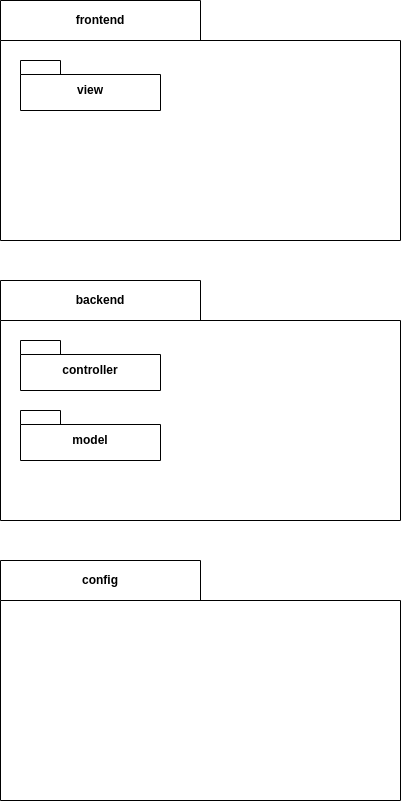
eduardosmoralesglez/diario-del-cazador-mhw keeps this draw.io diagram as images/diagrama-de-paquetes.drawio.png. Above is the earlier version. Source tidied: cells renumbered, new cells last; positions are measured from the earlier drawing's top-left corner, leaving out a move shared by most shapes. Source of this version:
```xml
<mxGraphModel>
  <root>
    <mxCell id="0" />
    <mxCell id="1" parent="0" />
    <mxCell id="2" value="frontend" style="shape=folder;fontStyle=1;tabWidth=200;tabHeight=40;tabPosition=left;html=1;boundedLbl=1;labelInHeader=1;whiteSpace=wrap;" parent="1" vertex="1">
      <mxGeometry width="400" height="240" as="geometry" />
    </mxCell>
    <mxCell id="3" value="view" style="shape=folder;fontStyle=1;spacingTop=10;tabWidth=40;tabHeight=14;tabPosition=left;html=1;whiteSpace=wrap;" parent="2" vertex="1">
      <mxGeometry x="20" y="60" width="140" height="50" as="geometry" />
    </mxCell>
    <mxCell id="4" value="backend" style="shape=folder;fontStyle=1;tabWidth=200;tabHeight=40;tabPosition=left;html=1;boundedLbl=1;labelInHeader=1;whiteSpace=wrap;" parent="1" vertex="1">
      <mxGeometry y="280" width="400" height="240" as="geometry" />
    </mxCell>
    <mxCell id="5" value="controller" style="shape=folder;fontStyle=1;spacingTop=10;tabWidth=40;tabHeight=14;tabPosition=left;html=1;whiteSpace=wrap;" parent="4" vertex="1">
      <mxGeometry x="20" y="60" width="140" height="50" as="geometry" />
    </mxCell>
    <mxCell id="6" value="model" style="shape=folder;fontStyle=1;spacingTop=10;tabWidth=40;tabHeight=14;tabPosition=left;html=1;whiteSpace=wrap;" parent="4" vertex="1">
      <mxGeometry x="20" y="130" width="140" height="50" as="geometry" />
    </mxCell>
    <mxCell id="7" value="config" style="shape=folder;fontStyle=1;tabWidth=200;tabHeight=40;tabPosition=left;html=1;boundedLbl=1;labelInHeader=1;whiteSpace=wrap;" parent="1" vertex="1">
      <mxGeometry y="560" width="400" height="240" as="geometry" />
    </mxCell>
  </root>
</mxGraphModel>
```
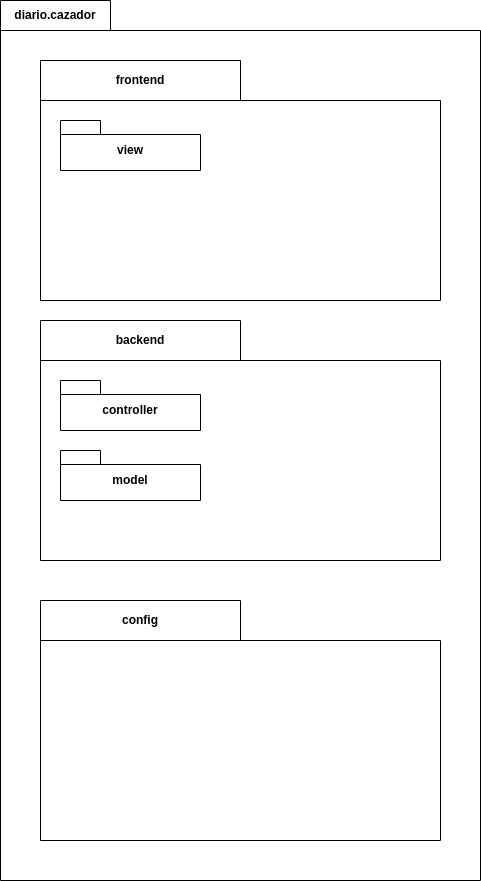
After the change.

Change to the diagram source:
```diff
@@ -2,14 +2,17 @@
   <root>
     <mxCell id="0" />
     <mxCell id="1" parent="0" />
+    <mxCell id="8" value="diario.cazador" style="shape=folder;fontStyle=1;tabWidth=110;tabHeight=30;tabPosition=left;html=1;boundedLbl=1;labelInHeader=1;whiteSpace=wrap;" parent="1" vertex="1">
+      <mxGeometry x="-40" y="-100" width="480" height="880" as="geometry" />
+    </mxCell>
-    <mxCell id="2" value="frontend" style="shape=folder;fontStyle=1;tabWidth=200;tabHeight=40;tabPosition=left;html=1;boundedLbl=1;labelInHeader=1;whiteSpace=wrap;" parent="1" vertex="1">
-      <mxGeometry width="400" height="240" as="geometry" />
+    <mxCell id="2" value="frontend" style="shape=folder;fontStyle=1;tabWidth=200;tabHeight=40;tabPosition=left;html=1;boundedLbl=1;labelInHeader=1;whiteSpace=wrap;" parent="8" vertex="1">
+      <mxGeometry x="40" y="60" width="400" height="240" as="geometry" />
     </mxCell>
     <mxCell id="3" value="view" style="shape=folder;fontStyle=1;spacingTop=10;tabWidth=40;tabHeight=14;tabPosition=left;html=1;whiteSpace=wrap;" parent="2" vertex="1">
       <mxGeometry x="20" y="60" width="140" height="50" as="geometry" />
     </mxCell>
-    <mxCell id="4" value="backend" style="shape=folder;fontStyle=1;tabWidth=200;tabHeight=40;tabPosition=left;html=1;boundedLbl=1;labelInHeader=1;whiteSpace=wrap;" parent="1" vertex="1">
-      <mxGeometry y="280" width="400" height="240" as="geometry" />
+    <mxCell id="4" value="backend" style="shape=folder;fontStyle=1;tabWidth=200;tabHeight=40;tabPosition=left;html=1;boundedLbl=1;labelInHeader=1;whiteSpace=wrap;" parent="8" vertex="1">
+      <mxGeometry x="40" y="320" width="400" height="240" as="geometry" />
     </mxCell>
     <mxCell id="5" value="controller" style="shape=folder;fontStyle=1;spacingTop=10;tabWidth=40;tabHeight=14;tabPosition=left;html=1;whiteSpace=wrap;" parent="4" vertex="1">
       <mxGeometry x="20" y="60" width="140" height="50" as="geometry" />
@@ -17,8 +20,8 @@
     <mxCell id="6" value="model" style="shape=folder;fontStyle=1;spacingTop=10;tabWidth=40;tabHeight=14;tabPosition=left;html=1;whiteSpace=wrap;" parent="4" vertex="1">
       <mxGeometry x="20" y="130" width="140" height="50" as="geometry" />
     </mxCell>
-    <mxCell id="7" value="config" style="shape=folder;fontStyle=1;tabWidth=200;tabHeight=40;tabPosition=left;html=1;boundedLbl=1;labelInHeader=1;whiteSpace=wrap;" parent="1" vertex="1">
-      <mxGeometry y="560" width="400" height="240" as="geometry" />
+    <mxCell id="7" value="config" style="shape=folder;fontStyle=1;tabWidth=200;tabHeight=40;tabPosition=left;html=1;boundedLbl=1;labelInHeader=1;whiteSpace=wrap;" parent="8" vertex="1">
+      <mxGeometry x="40" y="600" width="400" height="240" as="geometry" />
     </mxCell>
   </root>
 </mxGraphModel>
```
